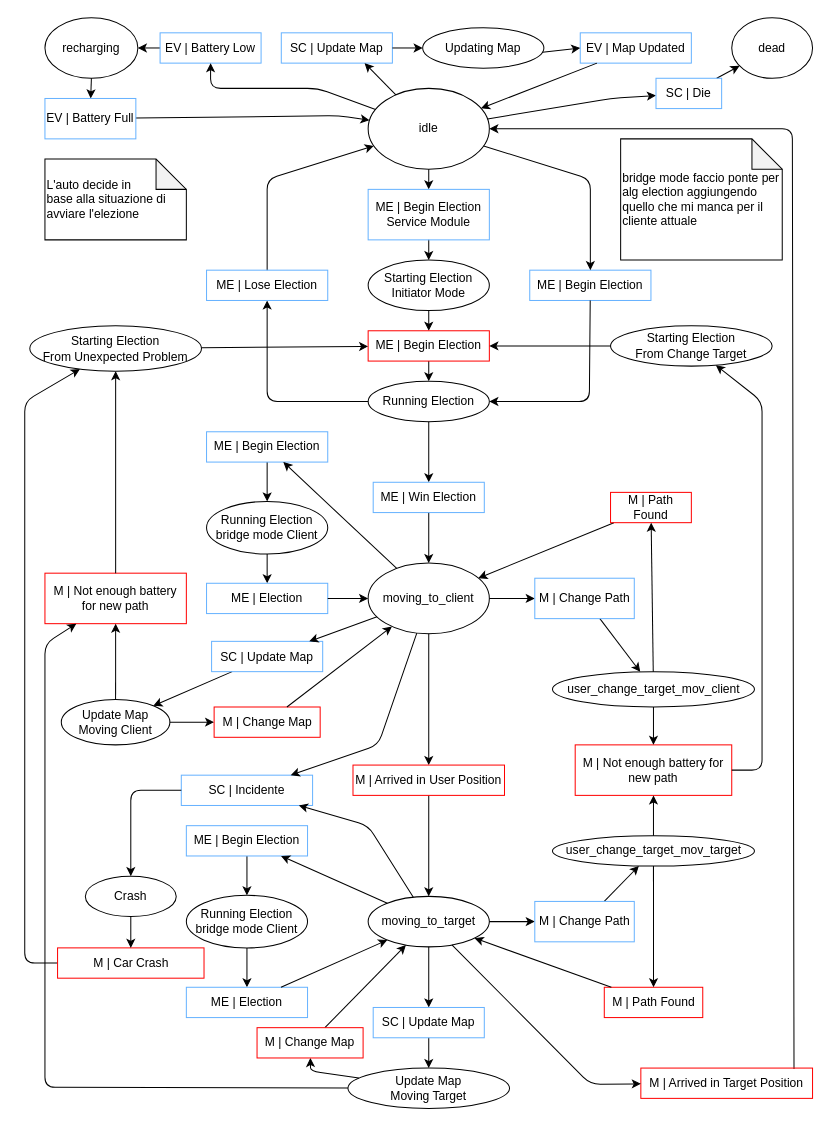
The draw.io diagram relazione/automa macchina.drawio in kraots94/Sistemi, before the edit. Source tidied: cells renumbered, new cells numbered last; positions are measured from the earlier drawing's top-left corner, leaving out a move shared by most shapes. Both pictures are drawn from the tidied source at 101%, with x=0, y=0 at pixel (24, 17).
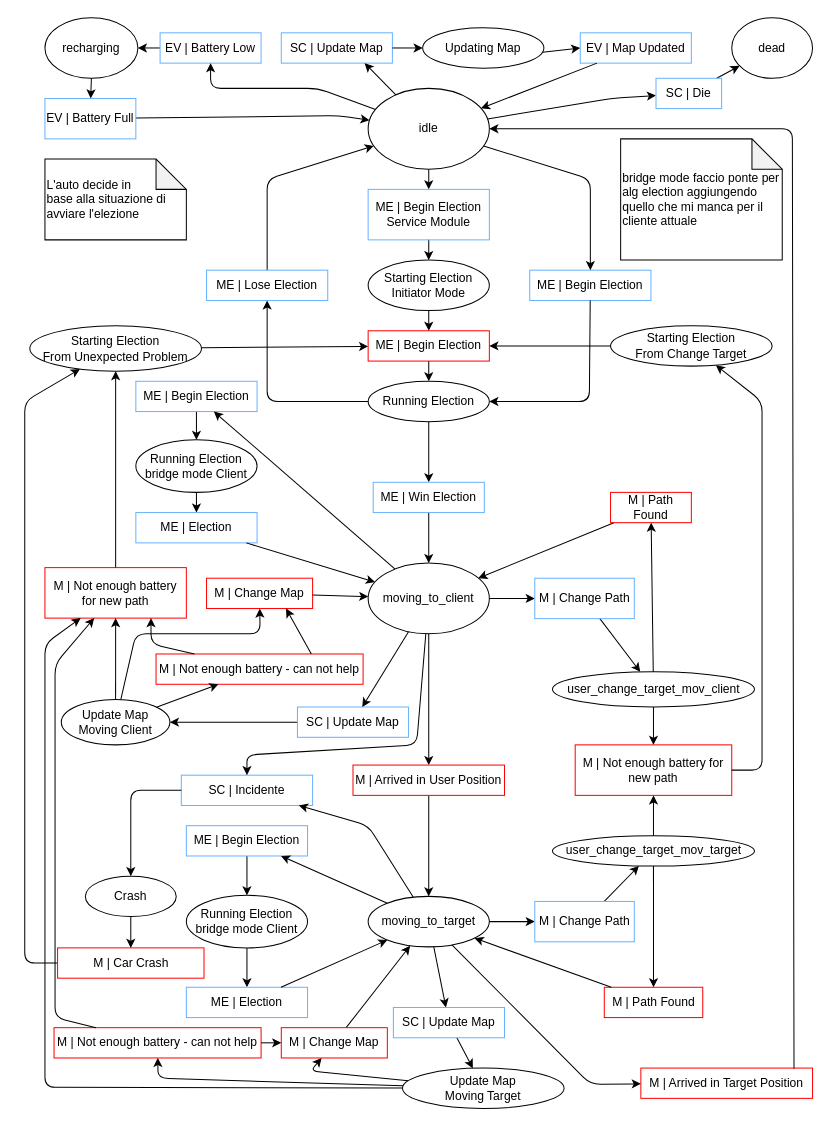
Above is the later version.

The change refers to these unchanged cells:
```xml
<mxCell id="16" value="moving_to_client" style="ellipse;whiteSpace=wrap;html=1;" parent="1" vertex="1">
  <mxGeometry x="340" y="540" width="120" height="70" as="geometry" />
</mxCell>
<mxCell id="26" value="Update Map&lt;br&gt;Moving Client" style="ellipse;whiteSpace=wrap;html=1;" parent="1" vertex="1">
  <mxGeometry x="36.2" y="675" width="107.5" height="45" as="geometry" />
</mxCell>
<mxCell id="81" value="SC | Incidente" style="rounded=0;whiteSpace=wrap;html=1;strokeColor=#66B2FF;fillColor=none;" parent="1" vertex="1">
  <mxGeometry x="155" y="750" width="130" height="30" as="geometry" />
</mxCell>
```

Change to the diagram source:
```diff
@@
     <mxCell id="28" value="Update Map&lt;br&gt;Moving Target" style="ellipse;whiteSpace=wrap;html=1;" parent="1" vertex="1">
-      <mxGeometry x="320" y="1040" width="160" height="40" as="geometry" />
+      <mxGeometry x="374" y="1040" width="160" height="40" as="geometry" />
     </mxCell>
@@
     <mxCell id="31" value="M | Not enough battery for new path" style="rounded=0;whiteSpace=wrap;html=1;fillColor=none;strokeColor=#FF0000;" parent="1" vertex="1">
-      <mxGeometry x="20" y="550" width="140" height="50" as="geometry" />
+      <mxGeometry x="20" y="544.5" width="140" height="50" as="geometry" />
     </mxCell>
@@
     <mxCell id="41" style="endArrow=classic;html=1;" parent="1" edge="1" source="26" target="44">
-      <mxGeometry relative="1" as="geometry" />
+      <mxGeometry relative="1" as="geometry">
+        <Array as="points">
+          <mxPoint x="110" y="610" />
+          <mxPoint x="233" y="610" />
+        </Array>
+      </mxGeometry>
     </mxCell>
@@
     <mxCell id="44" value="M | Change Map" style="rounded=0;whiteSpace=wrap;html=1;fillColor=none;strokeColor=#FF0000;" parent="1" vertex="1">
-      <mxGeometry x="187.5" y="682.5" width="105" height="30" as="geometry" />
+      <mxGeometry x="180" y="555" width="105" height="30" as="geometry" />
     </mxCell>
     <mxCell id="45" value="Running Election bridge mode Client" style="ellipse;whiteSpace=wrap;html=1;" parent="1" vertex="1">
-      <mxGeometry x="180" y="479" width="120" height="52" as="geometry" />
+      <mxGeometry x="110" y="418" width="120" height="52" as="geometry" />
     </mxCell>
@@
     <mxCell id="47" value="ME | Begin Election" style="rounded=0;whiteSpace=wrap;html=1;strokeColor=#66B2FF;fillColor=none;" parent="1" vertex="1">
-      <mxGeometry x="180" y="410" width="120" height="30" as="geometry" />
+      <mxGeometry x="110" y="360" width="120" height="30" as="geometry" />
     </mxCell>
@@
     <mxCell id="60" value="ME | Election" style="rounded=0;whiteSpace=wrap;html=1;strokeColor=#66B2FF;fillColor=none;" parent="1" vertex="1">
-      <mxGeometry x="180" y="560" width="120" height="30" as="geometry" />
+      <mxGeometry x="110" y="490" width="120" height="30" as="geometry" />
     </mxCell>
@@
     <mxCell id="63" value="SC | Update Map" style="rounded=0;whiteSpace=wrap;html=1;strokeColor=#66B2FF;fillColor=none;" parent="1" vertex="1">
-      <mxGeometry x="185" y="617.5" width="110" height="30" as="geometry" />
+      <mxGeometry x="270" y="682.5" width="110" height="30" as="geometry" />
     </mxCell>
@@
     <mxCell id="67" value="SC | Update Map" style="rounded=0;whiteSpace=wrap;html=1;strokeColor=#66B2FF;fillColor=none;" parent="1" vertex="1">
-      <mxGeometry x="345" y="980" width="110" height="30" as="geometry" />
+      <mxGeometry x="365" y="980" width="110" height="30" as="geometry" />
     </mxCell>
     <mxCell id="68" value="M | Change Map" style="rounded=0;whiteSpace=wrap;html=1;fillColor=none;strokeColor=#FF0000;" parent="1" vertex="1">
-      <mxGeometry x="230" y="1000" width="105" height="30" as="geometry" />
+      <mxGeometry x="254" y="1000" width="105" height="30" as="geometry" />
     </mxCell>
@@
     <mxCell id="88" style="endArrow=classic;html=1;" parent="1" edge="1" source="16" target="81">
       <mxGeometry relative="1" as="geometry">
         <Array as="points">
-          <mxPoint x="350" y="720" />
+          <mxPoint x="388" y="720" />
+          <mxPoint x="220" y="730" />
         </Array>
       </mxGeometry>
     </mxCell>
@@
+    <mxCell id="110" value="M | Not enough battery - can not help" style="rounded=0;whiteSpace=wrap;html=1;fillColor=none;strokeColor=#FF0000;" parent="1" vertex="1">
+      <mxGeometry x="130" y="630" width="205" height="30" as="geometry" />
+    </mxCell>
+    <mxCell id="111" style="endArrow=classic;html=1;" parent="1" edge="1" source="26" target="110">
+      <mxGeometry relative="1" as="geometry" />
+    </mxCell>
+    <mxCell id="112" style="endArrow=classic;html=1;entryX=0.75;entryY=1;entryDx=0;entryDy=0;exitX=0.75;exitY=0;exitDx=0;exitDy=0;" parent="1" edge="1" source="110" target="44">
+      <mxGeometry relative="1" as="geometry" />
+    </mxCell>
+    <mxCell id="113" style="endArrow=classic;html=1;entryX=0.75;entryY=1;entryDx=0;entryDy=0;" parent="1" edge="1" source="110" target="31">
+      <mxGeometry relative="1" as="geometry">
+        <Array as="points">
+          <mxPoint x="125" y="620" />
+        </Array>
+      </mxGeometry>
+    </mxCell>
+    <mxCell id="114" value="M | Not enough battery - can not help" style="rounded=0;whiteSpace=wrap;html=1;fillColor=none;strokeColor=#FF0000;" parent="1" vertex="1">
+      <mxGeometry x="29" y="1000" width="205" height="30" as="geometry" />
+    </mxCell>
+    <mxCell id="115" style="endArrow=classic;html=1;" parent="1" edge="1" source="28" target="114">
+      <mxGeometry relative="1" as="geometry">
+        <Array as="points">
+          <mxPoint x="132" y="1050" />
+        </Array>
+      </mxGeometry>
+    </mxCell>
+    <mxCell id="116" style="endArrow=classic;html=1;" parent="1" edge="1" source="114" target="68">
+      <mxGeometry relative="1" as="geometry" />
+    </mxCell>
+    <mxCell id="117" style="endArrow=classic;html=1;" parent="1" edge="1" source="114" target="31">
+      <mxGeometry relative="1" as="geometry">
+        <Array as="points">
+          <mxPoint x="30" y="990" />
+          <mxPoint x="30" y="640" />
+        </Array>
+      </mxGeometry>
+    </mxCell>
```
